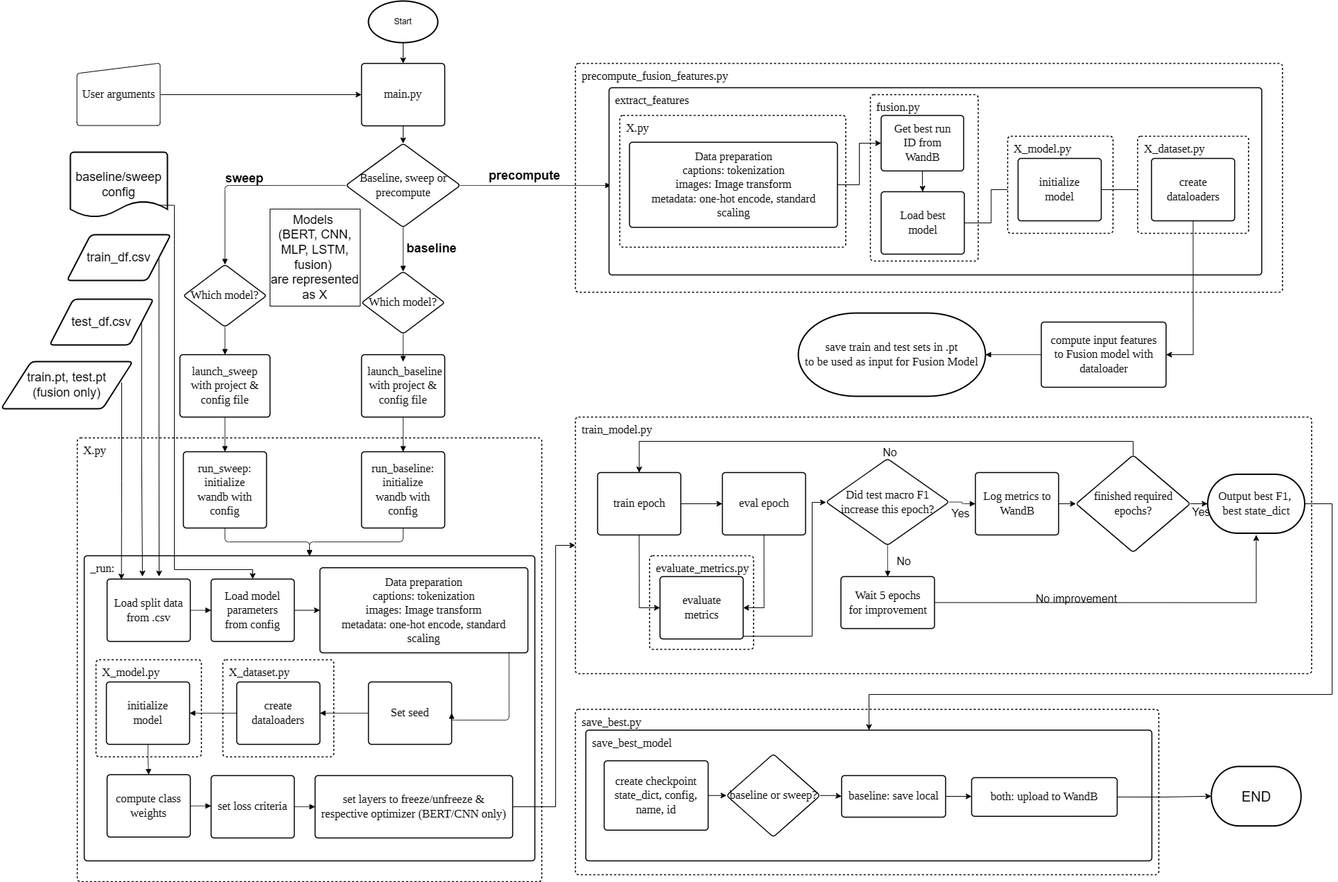
This is charts/genAIdeepL.drawio.png from cheriechia/genAI-deepL-project, a draw.io export, as it was before one commit. Source tidied: cells renumbered, new cells last; positions are measured from the earlier drawing's top-left corner, leaving out a move shared by most shapes.
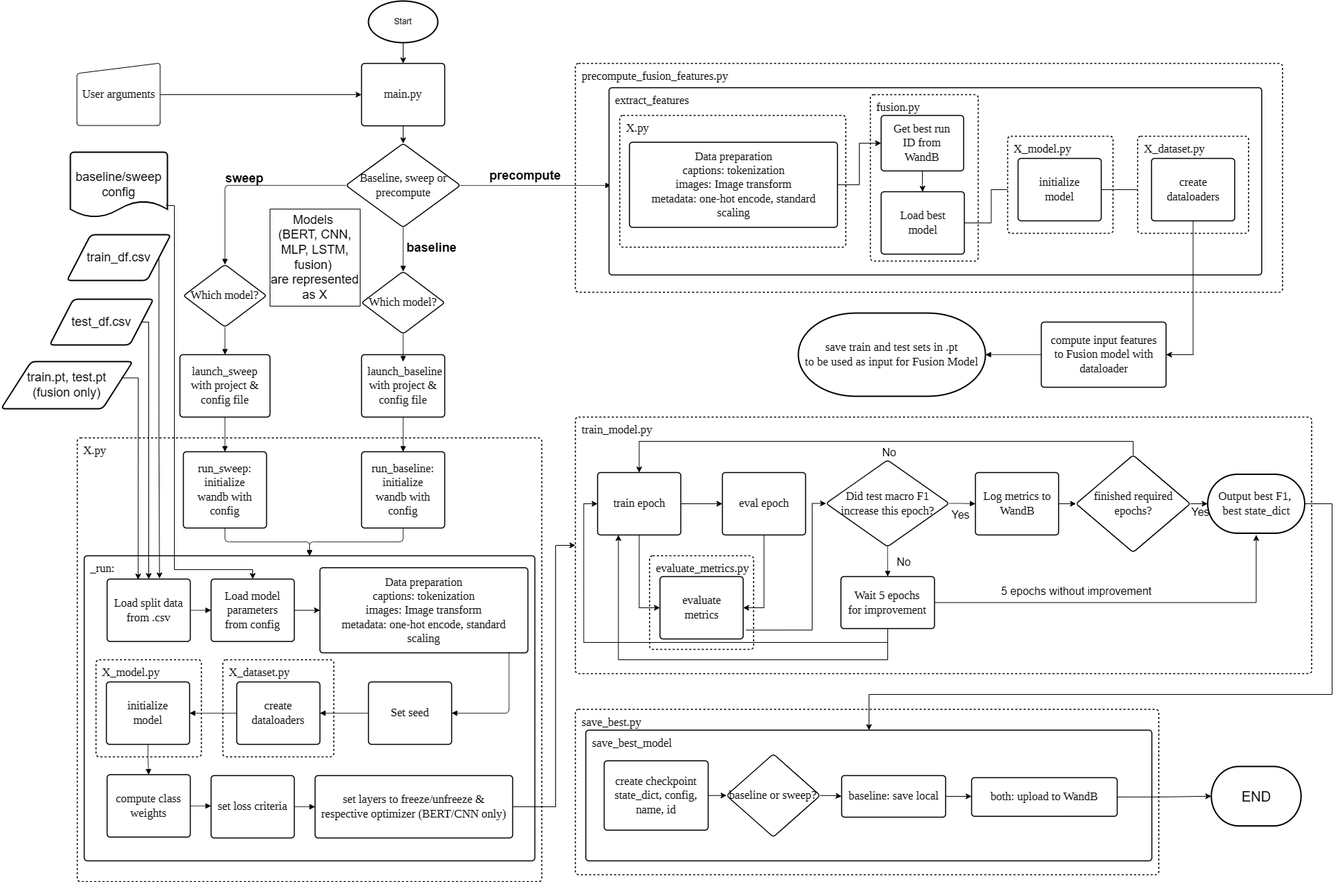
Above is the later version.

The edit, as a diff of the source:
```diff
@@ -148,11 +148,7 @@
       <mxGeometry relative="1" as="geometry" />
     </mxCell>
     <mxCell id="46" style="html=1;jettySize=18;whiteSpace=wrap;fontSize=13;strokeColor=light-dark(#000000,#000000);strokeOpacity=100;strokeWidth=0.8;rounded=1;arcSize=12;edgeStyle=orthogonalEdgeStyle;startArrow=none;endArrow=block;endFill=1;exitX=0.909;exitY=0.993;exitPerimeter=0;entryX=1;entryY=0.5;lucidId=NM~y5qvPyvse;entryDx=0;entryDy=0;exitDx=0;exitDy=0;fillColor=light-dark(#FFFFFF,#FFFFFF);fontColor=light-dark(#000000,#000000);" parent="1" edge="1" source="37" target="38">
-      <mxGeometry relative="1" as="geometry">
-        <Array as="points">
-          <mxPoint x="733" y="1037" />
-        </Array>
-      </mxGeometry>
+      <mxGeometry relative="1" as="geometry" />
     </mxCell>
     <mxCell id="47" style="html=1;jettySize=18;whiteSpace=wrap;fontSize=13;strokeColor=light-dark(#000000,#000000);strokeOpacity=100;strokeWidth=0.8;rounded=1;arcSize=12;edgeStyle=orthogonalEdgeStyle;startArrow=none;endArrow=block;endFill=1;exitX=0;exitY=0.5;entryX=1;entryY=0.5;lucidId=7M~yy4KNGmhi;exitDx=0;exitDy=0;entryDx=0;entryDy=0;fillColor=light-dark(#FFFFFF,#FFFFFF);fontColor=light-dark(#000000,#000000);" parent="1" edge="1" source="38" target="39">
       <mxGeometry relative="1" as="geometry" />
@@ -196,13 +192,11 @@
     <mxCell id="60" value="eval epoch" style="html=1;overflow=block;blockSpacing=1;whiteSpace=wrap;fontSize=16.7;fontFamily=Liberation Serif;spacing=9;strokeOpacity=100;rounded=1;absoluteArcSize=1;arcSize=9;fillColor=light-dark(#FFFFFF,#FFFFFF);strokeWidth=1.5;lucidId=QQ~yHYZaUTCO;strokeColor=light-dark(#000000,#000000);fontColor=light-dark(#000000,#000000);" parent="1" vertex="1">
       <mxGeometry x="1040.5" y="680" width="120" height="90" as="geometry" />
     </mxCell>
-    <mxCell id="61" style="edgeStyle=orthogonalEdgeStyle;rounded=0;jettySize=auto;html=1;exitX=0.5;exitY=1;exitDx=0;exitDy=0;entryX=0;entryY=0.5;entryDx=0;entryDy=0;fillColor=light-dark(#FFFFFF,#FFFFFF);strokeColor=light-dark(#000000,#000000);fontColor=light-dark(#000000,#000000);" parent="1" edge="1" target="63">
+    <mxCell id="61" style="edgeStyle=orthogonalEdgeStyle;rounded=0;jettySize=auto;html=1;exitX=1.034;exitY=0.858;exitDx=0;exitDy=0;entryX=0;entryY=0.5;entryDx=0;entryDy=0;fillColor=light-dark(#FFFFFF,#FFFFFF);strokeColor=light-dark(#000000,#000000);fontColor=light-dark(#000000,#000000);exitPerimeter=0;" parent="1" edge="1" source="62" target="63">
       <mxGeometry relative="1" as="geometry">
-        <mxPoint x="1008.5" y="916" as="sourcePoint" />
         <Array as="points">
-          <mxPoint x="1170" y="916" />
-          <mxPoint x="1170" y="723" />
-          <mxPoint x="1190" y="723" />
+          <mxPoint x="1170" y="907" />
+          <mxPoint x="1170" y="725" />
         </Array>
       </mxGeometry>
     </mxCell>
@@ -210,7 +204,7 @@
       <mxGeometry x="950.5" y="830" width="120" height="90" as="geometry" />
     </mxCell>
     <mxCell id="63" value="Did test macro F1 increase this epoch?" style="html=1;overflow=block;blockSpacing=1;whiteSpace=wrap;rhombus;fontSize=16.7;fontFamily=Liberation Serif;spacing=3.8;strokeOpacity=100;rounded=1;absoluteArcSize=1;arcSize=9;fillColor=light-dark(#FFFFFF,#FFFFFF);strokeWidth=1.5;lucidId=mR~yffp.QNzp;strokeColor=light-dark(#000000,#000000);fontColor=light-dark(#000000,#000000);" parent="1" vertex="1">
-      <mxGeometry x="1190" y="660" width="177.5" height="125" as="geometry" />
+      <mxGeometry x="1190" y="662" width="177.5" height="125" as="geometry" />
     </mxCell>
     <mxCell id="64" style="edgeStyle=orthogonalEdgeStyle;rounded=0;jettySize=auto;html=1;fillColor=light-dark(#FFFFFF,#FFFFFF);strokeColor=light-dark(#000000,#000000);fontColor=light-dark(#000000,#000000);" parent="1" edge="1" source="65" target="80">
       <mxGeometry relative="1" as="geometry" />
@@ -231,11 +225,22 @@
         <mxPoint x="1810.5" y="770" as="targetPoint" />
       </mxGeometry>
     </mxCell>
-    <mxCell id="69" value="&lt;font&gt;No improvement&lt;/font&gt;" style="edgeLabel;html=1;align=center;verticalAlign=middle;fillColor=light-dark(#FFFFFF,#FFFFFF);strokeColor=light-dark(#000000,#000000);fontColor=light-dark(#000000,#000000);labelBackgroundColor=none;fontSize=16;" parent="68" vertex="1">
+    <mxCell id="69" value="&lt;font&gt;5 epochs without improvement&lt;/font&gt;" style="edgeLabel;html=1;align=center;verticalAlign=middle;fillColor=light-dark(#FFFFFF,#FFFFFF);strokeColor=light-dark(#000000,#000000);fontColor=light-dark(#000000,#000000);labelBackgroundColor=none;fontSize=16;" parent="68" vertex="1">
       <mxGeometry x="-0.27" y="-1" relative="1" as="geometry">
-        <mxPoint y="-8" as="offset" />
+        <mxPoint x="-1" y="-18" as="offset" />
       </mxGeometry>
     </mxCell>
+    <mxCell id="114" style="edgeStyle=orthogonalEdgeStyle;rounded=0;jettySize=auto;html=1;exitX=0.5;exitY=1;exitDx=0;exitDy=0;entryX=0;entryY=0.5;entryDx=0;entryDy=0;" parent="1" edge="1" source="70" target="58">
+      <mxGeometry relative="1" as="geometry" />
+    </mxCell>
+    <mxCell id="115" style="edgeStyle=orthogonalEdgeStyle;rounded=0;jettySize=auto;html=1;exitX=0.5;exitY=1;exitDx=0;exitDy=0;entryX=0.25;entryY=1;entryDx=0;entryDy=0;strokeColor=light-dark(#000000,#000000);" parent="1" edge="1" source="70" target="58">
+      <mxGeometry relative="1" as="geometry">
+        <Array as="points">
+          <mxPoint x="1279" y="950" />
+          <mxPoint x="891" y="950" />
+        </Array>
+      </mxGeometry>
+    </mxCell>
     <mxCell id="70" value="Wait 5 epochs for improvement" style="html=1;overflow=block;blockSpacing=1;whiteSpace=wrap;fontSize=16.7;fontFamily=Liberation Serif;spacing=9;strokeOpacity=100;rounded=1;absoluteArcSize=1;arcSize=9;fillColor=light-dark(#FFFFFF,#FFFFFF);strokeWidth=1.5;lucidId=dS~yk6xot09y;strokeColor=light-dark(#000000,#000000);fontColor=light-dark(#000000,#000000);" parent="1" vertex="1">
       <mxGeometry x="1211.5" y="830" width="135" height="75" as="geometry" />
     </mxCell>
@@ -320,26 +325,27 @@
     <mxCell id="93" value="&lt;font style=&quot;font-size: 18px;&quot;&gt;train_df.csv&lt;/font&gt;" style="shape=parallelogram;html=1;strokeWidth=2;perimeter=parallelogramPerimeter;whiteSpace=wrap;rounded=1;arcSize=12;size=0.23;fillColor=light-dark(#FFFFFF,#FFFFFF);strokeColor=light-dark(#000000,#000000);fontColor=light-dark(#000000,#000000);" parent="1" vertex="1">
       <mxGeometry x="95" y="337" width="150" height="66" as="geometry" />
     </mxCell>
-    <mxCell id="94" style="edgeStyle=orthogonalEdgeStyle;rounded=0;jettySize=auto;html=1;exitX=1;exitY=0.5;exitDx=0;exitDy=0;fillColor=light-dark(#FFFFFF,#FFFFFF);strokeColor=light-dark(#000000,#000000);fontColor=light-dark(#000000,#000000);" parent="1" edge="1" source="95">
+    <mxCell id="94" style="edgeStyle=orthogonalEdgeStyle;rounded=0;jettySize=auto;html=1;exitX=1;exitY=0.5;exitDx=0;exitDy=0;fillColor=light-dark(#FFFFFF,#FFFFFF);strokeColor=light-dark(#000000,#000000);fontColor=light-dark(#000000,#000000);entryX=0.5;entryY=0;entryDx=0;entryDy=0;" parent="1" edge="1" source="95" target="34">
       <mxGeometry relative="1" as="geometry">
-        <mxPoint x="204" y="830" as="targetPoint" />
+        <Array as="points">
+          <mxPoint x="213" y="463" />
+        </Array>
       </mxGeometry>
     </mxCell>
     <mxCell id="95" value="&lt;font style=&quot;font-size: 18px;&quot;&gt;test_df.csv&lt;/font&gt;" style="shape=parallelogram;html=1;strokeWidth=2;perimeter=parallelogramPerimeter;whiteSpace=wrap;rounded=1;arcSize=12;size=0.23;fillColor=light-dark(#FFFFFF,#FFFFFF);strokeColor=light-dark(#000000,#000000);fontColor=light-dark(#000000,#000000);" parent="1" vertex="1">
       <mxGeometry x="70" y="430" width="150" height="66" as="geometry" />
     </mxCell>
-    <mxCell id="96" style="edgeStyle=orthogonalEdgeStyle;rounded=0;jettySize=auto;html=1;exitX=1;exitY=0.5;exitDx=0;exitDy=0;fillColor=light-dark(#FFFFFF,#FFFFFF);strokeColor=light-dark(#000000,#000000);fontColor=light-dark(#000000,#000000);" parent="1" edge="1" source="93">
-      <mxGeometry relative="1" as="geometry">
-        <mxPoint x="228" y="830" as="targetPoint" />
-      </mxGeometry>
+    <mxCell id="96" style="edgeStyle=orthogonalEdgeStyle;rounded=0;jettySize=auto;html=1;exitX=1;exitY=0.5;exitDx=0;exitDy=0;fillColor=light-dark(#FFFFFF,#FFFFFF);strokeColor=light-dark(#000000,#000000);fontColor=light-dark(#000000,#000000);entryX=0.63;entryY=-0.01;entryDx=0;entryDy=0;entryPerimeter=0;" parent="1" edge="1" source="93" target="34">
+      <mxGeometry relative="1" as="geometry" />
     </mxCell>
     <mxCell id="97" value="&lt;font style=&quot;font-size: 18px;&quot;&gt;baseline/sweep config&lt;/font&gt;" style="strokeWidth=2;html=1;shape=mxgraph.flowchart.document2;whiteSpace=wrap;size=0.25;fillColor=light-dark(#FFFFFF,#FFFFFF);strokeColor=light-dark(#000000,#000000);fontColor=light-dark(#000000,#000000);" parent="1" vertex="1">
       <mxGeometry x="100" y="218" width="140" height="94" as="geometry" />
     </mxCell>
-    <mxCell id="98" style="edgeStyle=orthogonalEdgeStyle;rounded=0;jettySize=auto;html=1;exitX=0.91;exitY=0.814;exitDx=0;exitDy=0;exitPerimeter=0;entryX=0.5;entryY=0;entryDx=0;entryDy=0;fillColor=light-dark(#FFFFFF,#FFFFFF);strokeColor=light-dark(#000000,#000000);fontColor=light-dark(#000000,#000000);" parent="1" edge="1" source="97" target="36">
+    <mxCell id="98" style="edgeStyle=orthogonalEdgeStyle;rounded=0;jettySize=auto;html=1;exitX=0.992;exitY=0.795;exitDx=0;exitDy=0;exitPerimeter=0;entryX=0.5;entryY=0;entryDx=0;entryDy=0;fillColor=light-dark(#FFFFFF,#FFFFFF);strokeColor=light-dark(#000000,#000000);fontColor=light-dark(#000000,#000000);" parent="1" edge="1" source="97" target="36">
       <mxGeometry relative="1" as="geometry">
         <Array as="points">
-          <mxPoint x="250" y="294" />
+          <mxPoint x="239" y="295" />
+          <mxPoint x="250" y="295" />
           <mxPoint x="250" y="820" />
           <mxPoint x="363" y="820" />
         </Array>
@@ -387,9 +393,11 @@
     <mxCell id="112" value="&lt;font style=&quot;font-size: 18px;&quot;&gt;train.pt, test.pt&lt;/font&gt;&lt;div&gt;&lt;font style=&quot;font-size: 18px;&quot;&gt;(fusion only)&lt;/font&gt;&lt;/div&gt;" style="shape=parallelogram;html=1;strokeWidth=2;perimeter=parallelogramPerimeter;whiteSpace=wrap;rounded=1;arcSize=12;size=0.23;fillColor=light-dark(#FFFFFF,#FFFFFF);strokeColor=light-dark(#000000,#000000);fontColor=light-dark(#000000,#000000);" parent="1" vertex="1">
       <mxGeometry y="520" width="190" height="68" as="geometry" />
     </mxCell>
-    <mxCell id="113" style="edgeStyle=orthogonalEdgeStyle;rounded=0;jettySize=auto;html=1;entryX=0.172;entryY=0.009;entryDx=0;entryDy=0;entryPerimeter=0;fillColor=light-dark(#FFFFFF,#FFFFFF);strokeColor=light-dark(#000000,#000000);fontColor=light-dark(#000000,#000000);" parent="1" edge="1" target="34">
+    <mxCell id="113" style="edgeStyle=orthogonalEdgeStyle;rounded=0;jettySize=auto;html=1;entryX=0.373;entryY=0.009;entryDx=0;entryDy=0;entryPerimeter=0;fillColor=light-dark(#FFFFFF,#FFFFFF);strokeColor=light-dark(#000000,#000000);fontColor=light-dark(#000000,#000000);exitX=0.913;exitY=0.345;exitDx=0;exitDy=0;exitPerimeter=0;" parent="1" edge="1" source="112" target="34">
       <mxGeometry relative="1" as="geometry">
-        <mxPoint x="174" y="550" as="sourcePoint" />
+        <Array as="points">
+          <mxPoint x="198" y="544" />
+        </Array>
       </mxGeometry>
     </mxCell>
   </root>
```
